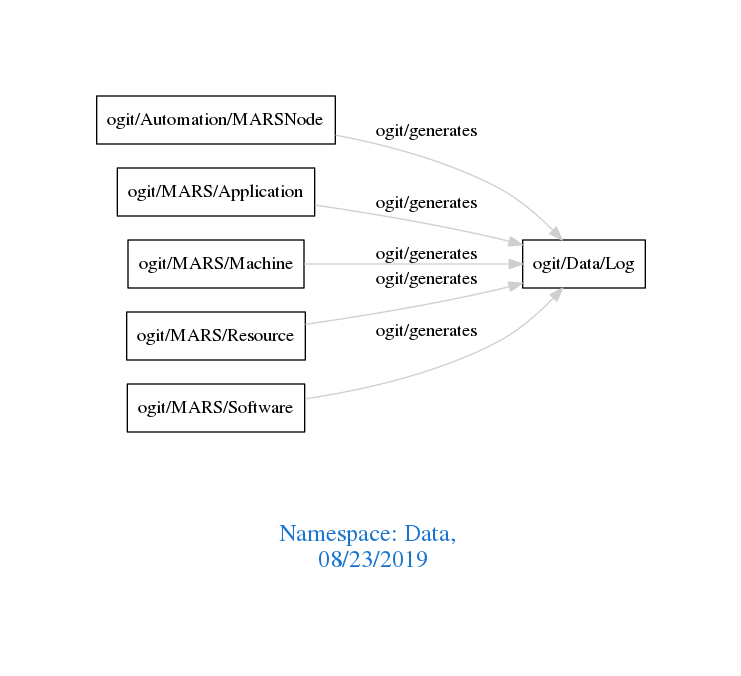
Above: downloads/Data.png in arago/OGIT (Graphviz), before the change. Its source is kept beside it as downloads/Data.dot.
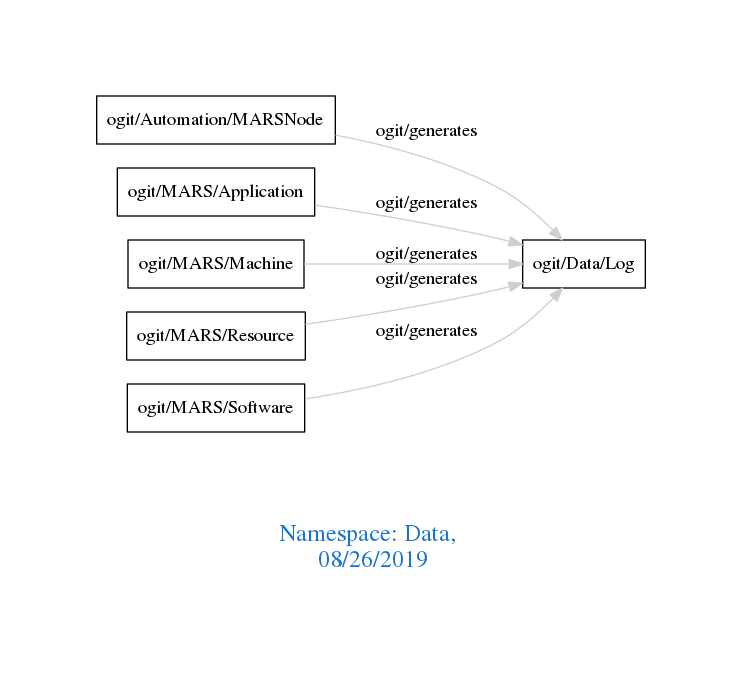
Later version of the same file.

Change to the diagram source:
```diff
@@ -1,7 +1,7 @@
 digraph OGIT_ontology {
  graph [ rankdir= LR,pad=1
 fontsize = 18,
-fontcolor= dodgerblue3,label = "\n\n\nNamespace: Data, \n 08/23/2019"];
+fontcolor= dodgerblue3,label = "\n\n\nNamespace: Data, \n 08/26/2019"];
 node[shape=polygon];
 edge [  color="gray81"];
 
```
